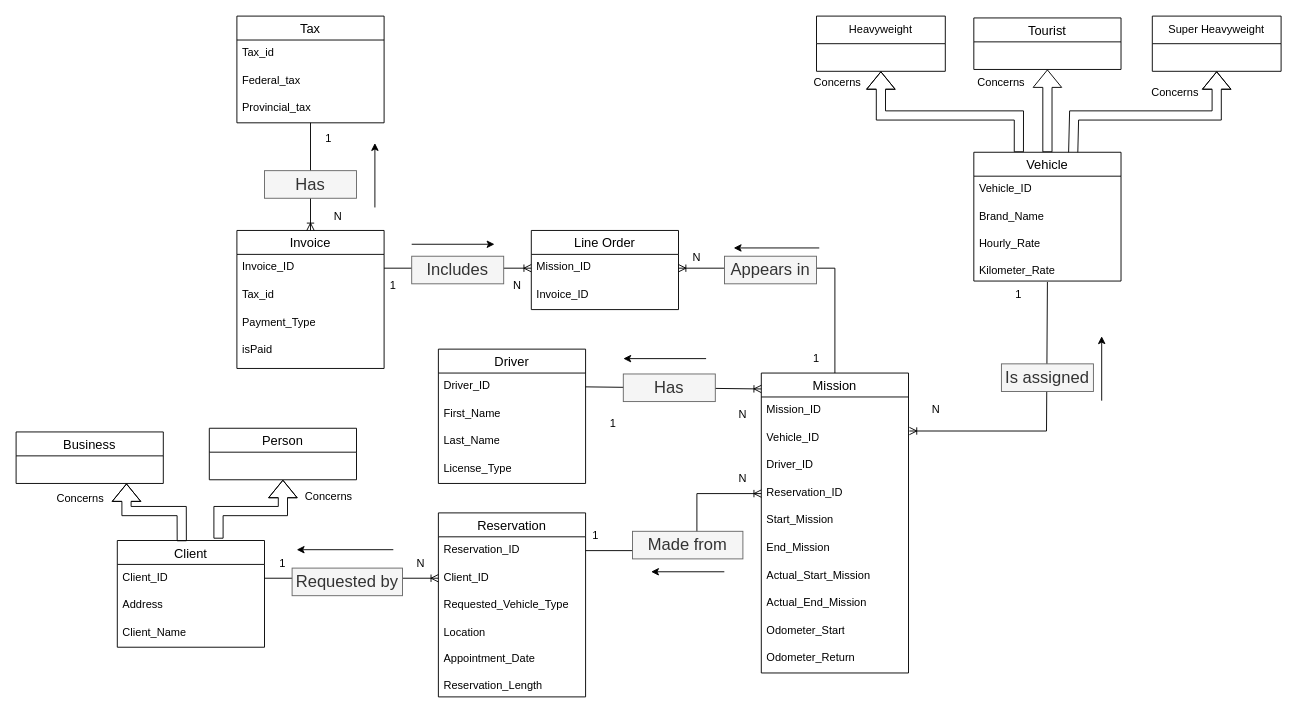
Mishtec/Comp-Project keeps this draw.io diagram as project_conceptual_new.drawio. Above is the earlier version. Source tidied: cells renumbered, new cells numbered last; positions are measured from the earlier drawing's top-left corner, leaving out a move shared by most shapes. Both pictures are drawn from the tidied source at 92%, with x=0, y=0 at pixel (16, 16).
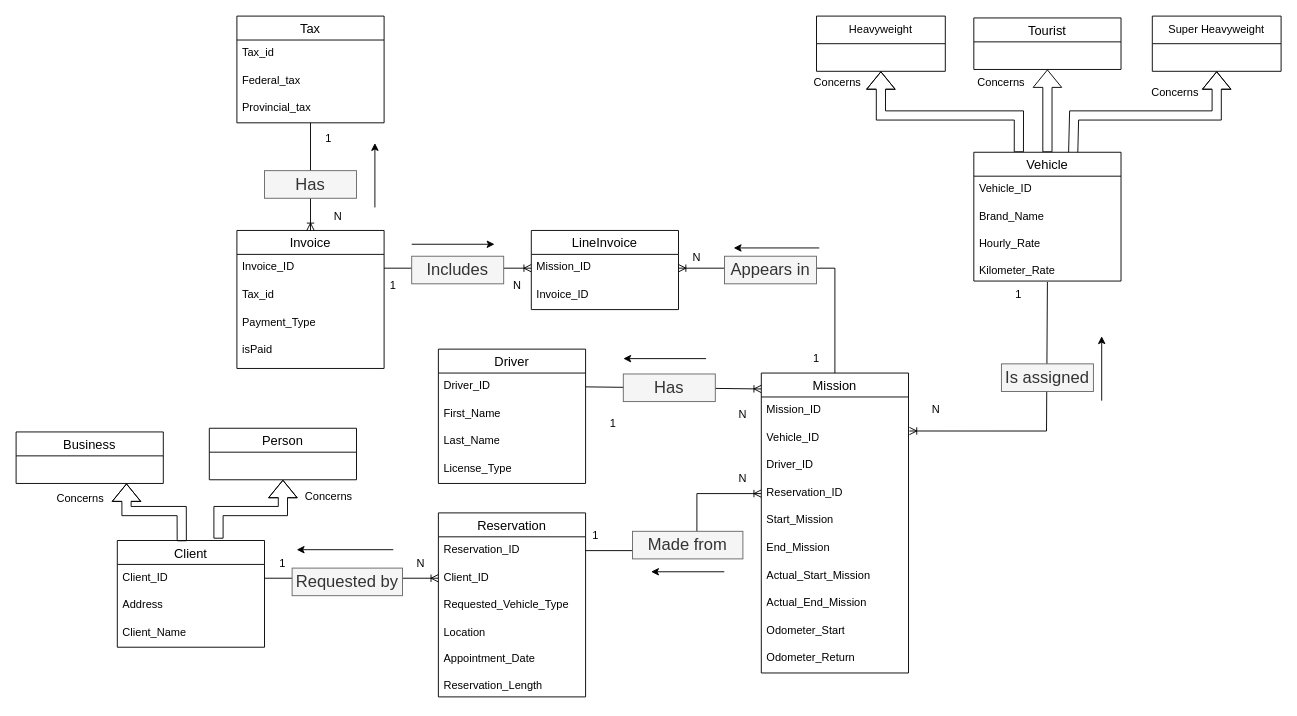
After the change.

Commit message (it also covers changes not shown here):
Renamed LineOrder to LineInvoice

Diff of the diagram source:
```diff
@@
-    <mxCell id="30" value="Line Order" style="swimlane;fontStyle=0;horizontal=1;startSize=26;align=center;fontSize=14;" parent="1" vertex="1">
+    <mxCell id="30" value="LineInvoice" style="swimlane;fontStyle=0;horizontal=1;startSize=26;align=center;fontSize=14;" parent="1" vertex="1">
       <mxGeometry x="560" y="233" width="160" height="86" as="geometry" />
     </mxCell>
```
